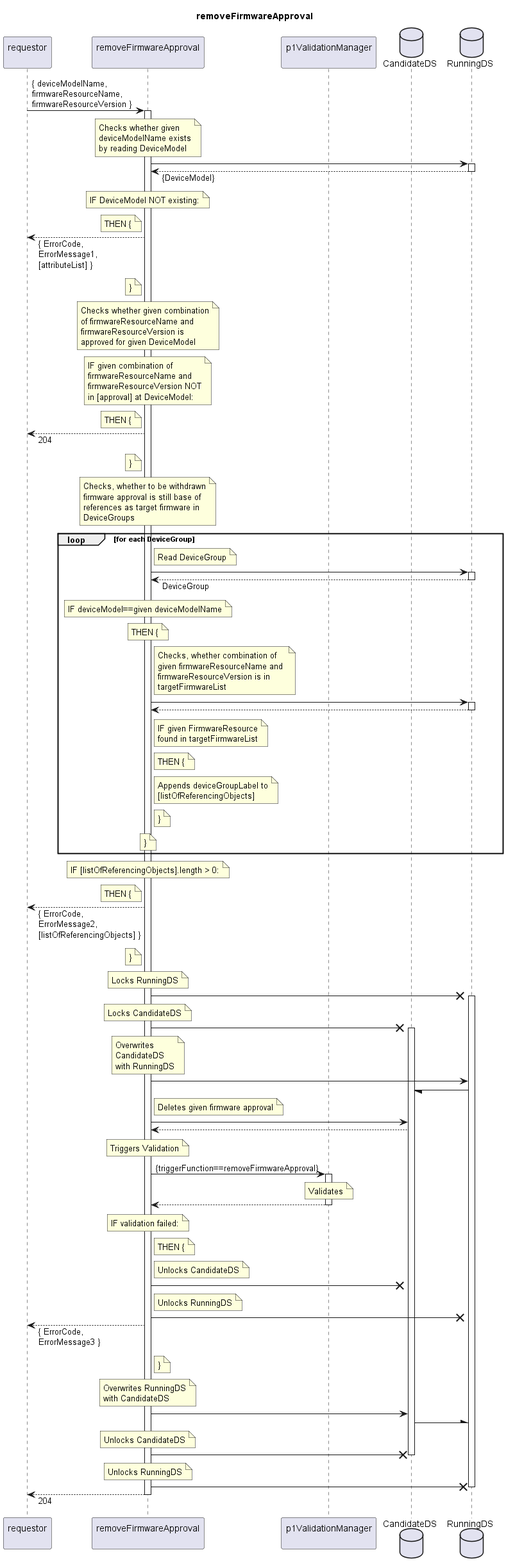
This is spec/Services/removeFirmwareApproval/1.0.0/removeFirmwareApproval.png from openBackhaul/FirmWareManager, a PlantUML export, as it was before one commit.
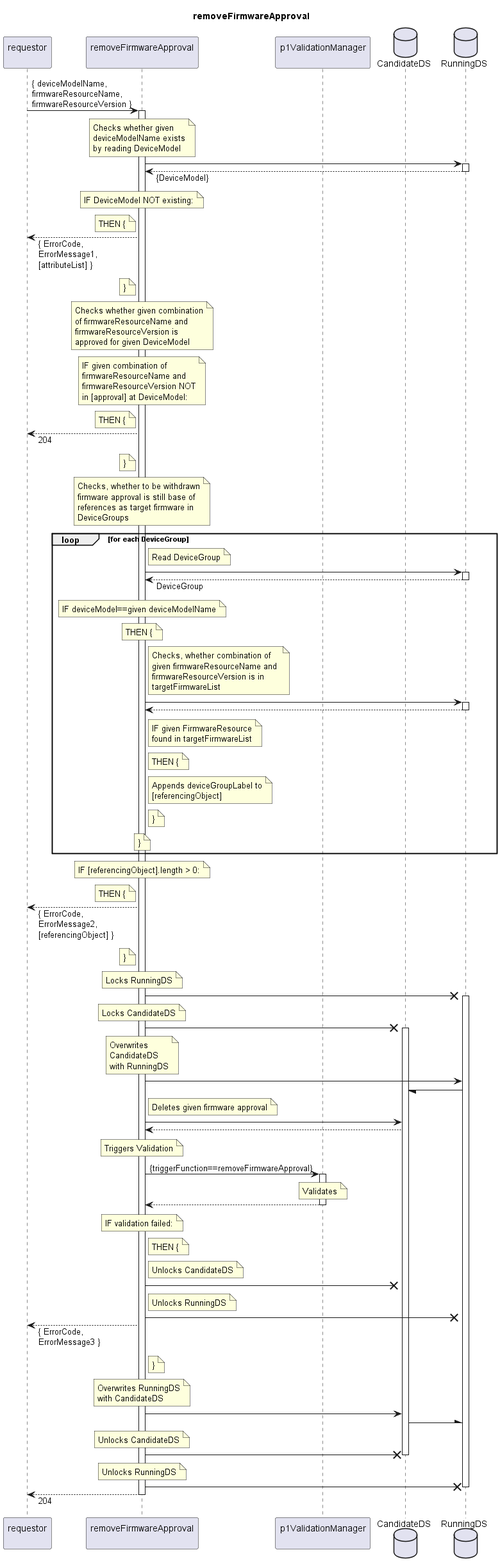
The same file after the commit.

Change to the diagram source:
```diff
@@ -93,7 +93,7 @@
     end note
     note right indServ
       Appends deviceGroupLabel to
-      [listOfReferencingObjects]
+      [referencingObject]
     end note
     note right indServ
       }
@@ -103,12 +103,12 @@
     end note
   end loop
   note over indServ
-    IF [listOfReferencingObjects].length > 0:
+    IF [referencingObject].length > 0:
   end note
   note left indServ
     THEN {
   end note
-  requestor <-- indServ: { ErrorCode,\nErrorMessage2,\n[listOfReferencingObjects] }
+  requestor <-- indServ: { ErrorCode,\nErrorMessage2,\n[referencingObject] }
   note left indServ
     }
   end note
```
